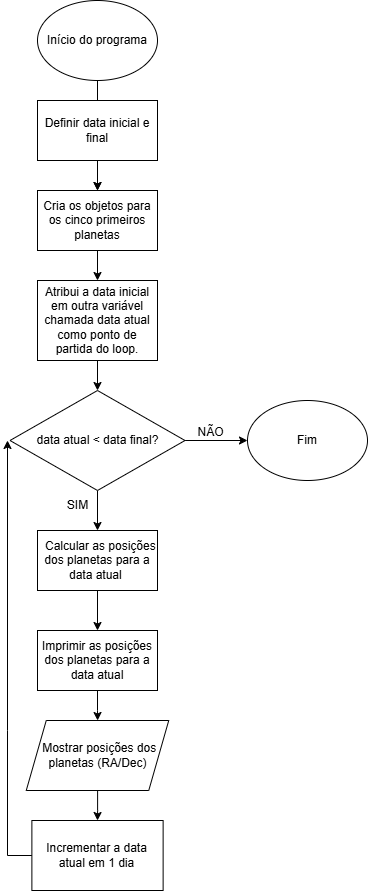
Above: fluxogramas/FLUXOGRAMA (EXERCÍCIO 3).drawio.png in Analima123/AV2 (draw.io), before the change. Source tidied: cells renumbered, new cells last; positions are measured from the earlier drawing's top-left corner, leaving out a move shared by most shapes. Source of this version:
```xml
<mxGraphModel background="#FFFFFF">
  <root>
    <mxCell id="0" />
    <mxCell id="1" parent="0" />
    <mxCell id="2" style="edgeStyle=orthogonalEdgeStyle;rounded=0;jettySize=auto;html=1;" parent="1" edge="1" source="4" target="7">
      <mxGeometry relative="1" as="geometry" />
    </mxCell>
    <mxCell id="3" style="edgeStyle=orthogonalEdgeStyle;rounded=0;jettySize=auto;html=1;" parent="1" edge="1" source="4" target="7">
      <mxGeometry relative="1" as="geometry" />
    </mxCell>
    <mxCell id="4" value="Início do programa" style="ellipse;whiteSpace=wrap;html=1;" parent="1" vertex="1">
      <mxGeometry x="30" width="120" height="80" as="geometry" />
    </mxCell>
    <mxCell id="5" value="Definir data inicial e final" style="rounded=0;whiteSpace=wrap;html=1;" parent="1" vertex="1">
      <mxGeometry x="30" y="100" width="120" height="60" as="geometry" />
    </mxCell>
    <mxCell id="6" style="edgeStyle=orthogonalEdgeStyle;rounded=0;jettySize=auto;html=1;" parent="1" edge="1" source="7" target="9">
      <mxGeometry relative="1" as="geometry" />
    </mxCell>
    <mxCell id="7" value="Cria os objetos para os cinco primeiros planetas" style="rounded=0;whiteSpace=wrap;html=1;" parent="1" vertex="1">
      <mxGeometry x="30" y="190" width="120" height="60" as="geometry" />
    </mxCell>
    <mxCell id="8" style="edgeStyle=orthogonalEdgeStyle;rounded=0;jettySize=auto;html=1;" parent="1" edge="1" source="9" target="12">
      <mxGeometry relative="1" as="geometry" />
    </mxCell>
    <mxCell id="9" value="Atribui a data inicial em outra variável chamada data atual como ponto de partida do loop." style="rounded=0;whiteSpace=wrap;html=1;" parent="1" vertex="1">
      <mxGeometry x="30" y="280" width="120" height="80" as="geometry" />
    </mxCell>
    <mxCell id="10" style="edgeStyle=orthogonalEdgeStyle;rounded=0;jettySize=auto;html=1;" parent="1" edge="1" source="12" target="13">
      <mxGeometry relative="1" as="geometry" />
    </mxCell>
    <mxCell id="11" style="edgeStyle=orthogonalEdgeStyle;rounded=0;jettySize=auto;html=1;" parent="1" edge="1" source="12" target="16">
      <mxGeometry relative="1" as="geometry" />
    </mxCell>
    <mxCell id="12" value="data atual &amp;lt; data final?" style="rhombus;whiteSpace=wrap;html=1;" parent="1" vertex="1">
      <mxGeometry x="2.5" y="390" width="175" height="100" as="geometry" />
    </mxCell>
    <mxCell id="13" value="Fim" style="ellipse;whiteSpace=wrap;html=1;" parent="1" vertex="1">
      <mxGeometry x="240" y="400" width="120" height="80" as="geometry" />
    </mxCell>
    <mxCell id="14" value="NÃO" style="text;html=1;align=center;verticalAlign=middle;strokeColor=none;fillColor=none;" parent="1" vertex="1">
      <mxGeometry x="177.5" y="417" width="50" height="30" as="geometry" />
    </mxCell>
    <mxCell id="15" style="edgeStyle=orthogonalEdgeStyle;rounded=0;jettySize=auto;html=1;" parent="1" edge="1" source="16" target="20">
      <mxGeometry relative="1" as="geometry" />
    </mxCell>
    <mxCell id="16" value="&lt;p&gt;&amp;nbsp; Calcular as posições dos planetas para a data atual&amp;nbsp;&lt;/p&gt;" style="whiteSpace=wrap;html=1;" parent="1" vertex="1">
      <mxGeometry x="30" y="530" width="120" height="60" as="geometry" />
    </mxCell>
    <mxCell id="17" style="edgeStyle=orthogonalEdgeStyle;rounded=0;jettySize=auto;html=1;" parent="1" edge="1" source="18" target="21">
      <mxGeometry relative="1" as="geometry" />
    </mxCell>
    <mxCell id="18" value="&lt;p&gt;&amp;nbsp;Mostrar posições dos planetas (RA/Dec)&lt;/p&gt;" style="shape=parallelogram;perimeter=parallelogramPerimeter;whiteSpace=wrap;html=1;fixedSize=1;" parent="1" vertex="1">
      <mxGeometry x="18.8" y="720" width="142.5" height="70" as="geometry" />
    </mxCell>
    <mxCell id="19" style="edgeStyle=orthogonalEdgeStyle;rounded=0;jettySize=auto;html=1;" parent="1" edge="1" source="20" target="18">
      <mxGeometry relative="1" as="geometry" />
    </mxCell>
    <mxCell id="20" value="&lt;p&gt;Imprimir as posições dos planetas para a data atual&lt;/p&gt;" style="whiteSpace=wrap;html=1;" parent="1" vertex="1">
      <mxGeometry x="30" y="630" width="120" height="60" as="geometry" />
    </mxCell>
    <mxCell id="21" value="&lt;p&gt;Incrementar a data atual&amp;nbsp;em 1 dia&lt;/p&gt;" style="whiteSpace=wrap;html=1;" parent="1" vertex="1">
      <mxGeometry x="24.4" y="820" width="131.2" height="70" as="geometry" />
    </mxCell>
    <mxCell id="22" style="endArrow=classic;html=1;rounded=0;exitX=0;exitY=0.5;exitDx=0;exitDy=0;" parent="1" edge="1" source="21">
      <mxGeometry relative="1" as="geometry">
        <mxPoint y="440" as="targetPoint" />
        <Array as="points">
          <mxPoint y="855" />
          <mxPoint y="730" />
        </Array>
      </mxGeometry>
    </mxCell>
    <mxCell id="23" value="SIM" style="text;html=1;align=center;verticalAlign=middle;strokeColor=none;fillColor=none;" parent="1" vertex="1">
      <mxGeometry x="50" y="490" width="40" height="30" as="geometry" />
    </mxCell>
  </root>
</mxGraphModel>
```
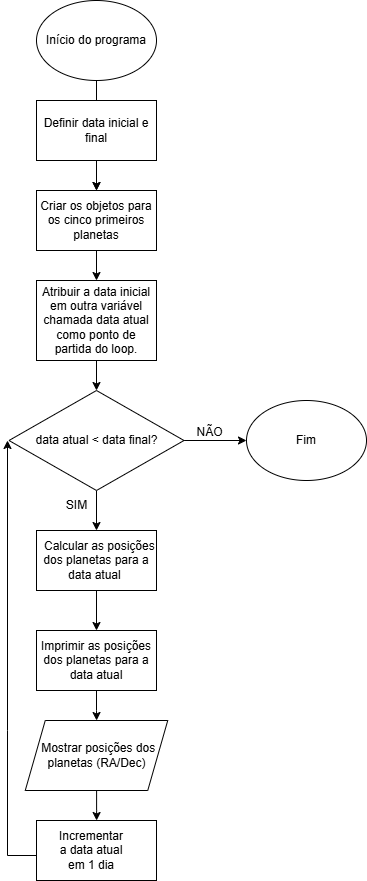
Above is the later version.

Commit message:
ADICIONANDO OS FLUXOGRAMAS EM PASTAS

What changed in the source:
```diff
@@ -2,30 +2,33 @@
   <root>
     <mxCell id="0" />
     <mxCell id="1" parent="0" />
-    <mxCell id="2" style="edgeStyle=orthogonalEdgeStyle;rounded=0;jettySize=auto;html=1;" parent="1" edge="1" source="4" target="7">
-      <mxGeometry relative="1" as="geometry" />
-    </mxCell>
-    <mxCell id="3" style="edgeStyle=orthogonalEdgeStyle;rounded=0;jettySize=auto;html=1;" parent="1" edge="1" source="4" target="7">
-      <mxGeometry relative="1" as="geometry" />
-    </mxCell>
+    <mxCell id="24" value="&lt;p&gt;&lt;span style=&quot;color: rgba(0, 0, 0, 0); font-family: monospace; font-size: 0px; text-align: start; text-wrap-mode: nowrap;&quot;&gt;%3CmxGraphModel%3E%3Croot%3E%3CmxCell%20id%3D%220%22%2F%3E%3CmxCell%20id%3D%221%22%20parent%3D%220%22%2F%3E%3CmxCell%20id%3D%222%22%20value%3D%22%26lt%3Bspan%20style%3D%26quot%3Bcolor%3A%20rgb(0%2C%200%2C%200)%3B%20font-family%3A%20Helvetica%3B%20font-size%3A%2012px%3B%20font-style%3A%20normal%3B%20font-variant-ligatures%3A%20normal%3B%20font-variant-caps%3A%20normal%3B%20font-weight%3A%20400%3B%20letter-spacing%3A%20normal%3B%20orphans%3A%202%3B%20text-align%3A%20center%3B%20text-indent%3A%200px%3B%20text-transform%3A%20none%3B%20widows%3A%202%3B%20word-spacing%3A%200px%3B%20-webkit-text-stroke-width%3A%200px%3B%20white-space%3A%20normal%3B%20background-color%3A%20rgb(236%2C%20236%2C%20236)%3B%20text-decoration-thickness%3A%20initial%3B%20text-decoration-style%3A%20initial%3B%20text-decoration-color%3A%20initial%3B%20display%3A%20inline%20!important%3B%20float%3A%20none%3B%26quot%3B%26gt%3BIncrementar%20a%20data%20atual%26amp%3Bnbsp%3Bem%201%20dia%26lt%3B%2Fspan%26gt%3B%22%20style%3D%22text%3BwhiteSpace%3Dwrap%3Bhtml%3D1%3B%22%20vertex%3D%221%22%20parent%3D%221%22%3E%3CmxGeometry%20x%3D%22360%22%20y%3D%22850%22%20width%3D%22210%22%20height%3D%2240%22%20as%3D%22geometry%22%2F%3E%3C%2FmxCell%3E%3C%2Froot%3E%3C%2FmxGraphModel%3E&lt;/span&gt;&lt;span style=&quot;color: rgba(0, 0, 0, 0); font-family: monospace; font-size: 0px; text-align: start; text-wrap-mode: nowrap; background-color: transparent;&quot;&gt;%3CmxGraphModel%3E%3Croot%3E%3CmxCell%20id%3D%220%22%2F%3E%3CmxCell%20id%3D%221%22%20parent%3D%220%22%2F%3E%3CmxCell%20id%3D%222%22%20value%3D%22%26lt%3Bspan%20style%3D%26quot%3Bcolor%3A%20rgb(0%2C%200%2C%200)%3B%20font-family%3A%20Helvetica%3B%20font-size%3A%2012px%3B%20font-style%3A%20normal%3B%20font-variant-ligatures%3A%20normal%3B%20font-variant-caps%3A%20normal%3B%20font-weight%3A%20400%3B%20letter-spacing%3A%20normal%3B%20orphans%3A%202%3B%20text-align%3A%20center%3B%20text-indent%3A%200px%3B%20text-transform%3A%20none%3B%20widows%3A%202%3B%20word-spacing%3A%200px%3B%20-webkit-text-stroke-width%3A%200px%3B%20white-space%3A%20normal%3B%20background-color%3A%20rgb(236%2C%20236%2C%20236)%3B%20text-decoration-thickness%3A%20initial%3B%20text-decoration-style%3A%20initial%3B%20text-decoration-color%3A%20initial%3B%20display%3A%20inline%20!important%3B%20float%3A%20none%3B%26quot%3B%26gt%3BIncrementar%20a%20data%20atual%26amp%3Bnbsp%3Bem%201%20dia%26lt%3B%2Fspan%26gt%3B%22%20style%3D%22text%3BwhiteSpace%3Dwrap%3Bhtml%3D1%3B%22%20vertex%3D%221%22%20parent%3D%221%22%3E%3CmxGeometry%20x%3D%22360%22%20y%3D%22850%22%20width%3D%22210%22%20height%3D%2240%22%20as%3D%22geometry%22%2F%3E%3C%2FmxCell%3E%3C%2Froot%3E%3C%2FmxGraphModel%3E&lt;/span&gt;&lt;/p&gt;" style="whiteSpace=wrap;html=1;" parent="1" vertex="1">
+      <mxGeometry x="30" y="820" width="120" height="60" as="geometry" />
+    </mxCell>
+    <mxCell id="25" style="edgeStyle=orthogonalEdgeStyle;rounded=0;jettySize=auto;html=1;" parent="1" edge="1" source="4" target="28">
+      <mxGeometry relative="1" as="geometry" />
+    </mxCell>
+    <mxCell id="26" style="edgeStyle=orthogonalEdgeStyle;rounded=0;jettySize=auto;html=1;" parent="1" edge="1" source="4" target="28">
+      <mxGeometry relative="1" as="geometry" />
+    </mxCell>
     <mxCell id="4" value="Início do programa" style="ellipse;whiteSpace=wrap;html=1;" parent="1" vertex="1">
       <mxGeometry x="30" width="120" height="80" as="geometry" />
     </mxCell>
     <mxCell id="5" value="Definir data inicial e final" style="rounded=0;whiteSpace=wrap;html=1;" parent="1" vertex="1">
       <mxGeometry x="30" y="100" width="120" height="60" as="geometry" />
     </mxCell>
-    <mxCell id="6" style="edgeStyle=orthogonalEdgeStyle;rounded=0;jettySize=auto;html=1;" parent="1" edge="1" source="7" target="9">
-      <mxGeometry relative="1" as="geometry" />
-    </mxCell>
-    <mxCell id="7" value="Cria os objetos para os cinco primeiros planetas" style="rounded=0;whiteSpace=wrap;html=1;" parent="1" vertex="1">
-      <mxGeometry x="30" y="190" width="120" height="60" as="geometry" />
-    </mxCell>
-    <mxCell id="8" style="edgeStyle=orthogonalEdgeStyle;rounded=0;jettySize=auto;html=1;" parent="1" edge="1" source="9" target="12">
-      <mxGeometry relative="1" as="geometry" />
-    </mxCell>
-    <mxCell id="9" value="Atribui a data inicial em outra variável chamada data atual como ponto de partida do loop." style="rounded=0;whiteSpace=wrap;html=1;" parent="1" vertex="1">
-      <mxGeometry x="30" y="280" width="120" height="80" as="geometry" />
-    </mxCell>
+    <mxCell id="27" style="edgeStyle=orthogonalEdgeStyle;rounded=0;jettySize=auto;html=1;" parent="1" edge="1" source="28" target="30">
+      <mxGeometry relative="1" as="geometry" />
+    </mxCell>
+    <mxCell id="28" value="Criar os objetos para os cinco primeiros planetas" style="rounded=0;whiteSpace=wrap;html=1;" parent="1" vertex="1">
+      <mxGeometry x="30" y="190" width="120" height="60" as="geometry" />
+    </mxCell>
+    <mxCell id="29" style="edgeStyle=orthogonalEdgeStyle;rounded=0;jettySize=auto;html=1;" parent="1" edge="1" source="30" target="12">
+      <mxGeometry relative="1" as="geometry" />
+    </mxCell>
+    <mxCell id="30" value="Atribuir a data inicial em outra variável chamada data atual como ponto de partida do loop." style="rounded=0;whiteSpace=wrap;html=1;" parent="1" vertex="1">
+      <mxGeometry x="30" y="280" width="120" height="80" as="geometry" />
+    </mxCell>
     <mxCell id="10" style="edgeStyle=orthogonalEdgeStyle;rounded=0;jettySize=auto;html=1;" parent="1" edge="1" source="12" target="13">
       <mxGeometry relative="1" as="geometry" />
     </mxCell>
@@ -47,9 +50,11 @@
     <mxCell id="16" value="&lt;p&gt;&amp;nbsp; Calcular as posições dos planetas para a data atual&amp;nbsp;&lt;/p&gt;" style="whiteSpace=wrap;html=1;" parent="1" vertex="1">
       <mxGeometry x="30" y="530" width="120" height="60" as="geometry" />
     </mxCell>
-    <mxCell id="17" style="edgeStyle=orthogonalEdgeStyle;rounded=0;jettySize=auto;html=1;" parent="1" edge="1" source="18" target="21">
-      <mxGeometry relative="1" as="geometry" />
-    </mxCell>
+    <mxCell id="31" style="edgeStyle=orthogonalEdgeStyle;rounded=0;jettySize=auto;html=1;" parent="1" edge="1" source="18">
+      <mxGeometry relative="1" as="geometry">
+        <mxPoint x="90.1" y="820" as="targetPoint" />
+      </mxGeometry>
+    </mxCell>
     <mxCell id="18" value="&lt;p&gt;&amp;nbsp;Mostrar posições dos planetas (RA/Dec)&lt;/p&gt;" style="shape=parallelogram;perimeter=parallelogramPerimeter;whiteSpace=wrap;html=1;fixedSize=1;" parent="1" vertex="1">
       <mxGeometry x="18.8" y="720" width="142.5" height="70" as="geometry" />
     </mxCell>
@@ -59,20 +64,21 @@
     <mxCell id="20" value="&lt;p&gt;Imprimir as posições dos planetas para a data atual&lt;/p&gt;" style="whiteSpace=wrap;html=1;" parent="1" vertex="1">
       <mxGeometry x="30" y="630" width="120" height="60" as="geometry" />
     </mxCell>
+    <mxCell id="32" style="endArrow=classic;html=1;rounded=0;" parent="1" edge="1">
+      <mxGeometry relative="1" as="geometry">
+        <mxPoint x="30" y="855" as="sourcePoint" />
+        <mxPoint x="1" y="440" as="targetPoint" />
+        <Array as="points">
+          <mxPoint x="1" y="855" />
+          <mxPoint x="1" y="730" />
+        </Array>
+      </mxGeometry>
+    </mxCell>
+    <mxCell id="23" value="SIM" style="text;html=1;align=center;verticalAlign=middle;strokeColor=none;fillColor=none;" parent="1" vertex="1">
+      <mxGeometry x="50" y="490" width="40" height="30" as="geometry" />
+    </mxCell>
-    <mxCell id="21" value="&lt;p&gt;Incrementar a data atual&amp;nbsp;em 1 dia&lt;/p&gt;" style="whiteSpace=wrap;html=1;" parent="1" vertex="1">
-      <mxGeometry x="24.4" y="820" width="131.2" height="70" as="geometry" />
+    <mxCell id="21" value="Incrementar a data atual em 1 dia" style="text;html=1;align=center;verticalAlign=middle;whiteSpace=wrap;rounded=0;" parent="1" vertex="1">
+      <mxGeometry x="55" y="835" width="60" height="30" as="geometry" />
     </mxCell>
-    <mxCell id="22" style="endArrow=classic;html=1;rounded=0;exitX=0;exitY=0.5;exitDx=0;exitDy=0;" parent="1" edge="1" source="21">
-      <mxGeometry relative="1" as="geometry">
-        <mxPoint y="440" as="targetPoint" />
-        <Array as="points">
-          <mxPoint y="855" />
-          <mxPoint y="730" />
-        </Array>
-      </mxGeometry>
-    </mxCell>
-    <mxCell id="23" value="SIM" style="text;html=1;align=center;verticalAlign=middle;strokeColor=none;fillColor=none;" parent="1" vertex="1">
-      <mxGeometry x="50" y="490" width="40" height="30" as="geometry" />
-    </mxCell>
   </root>
 </mxGraphModel>
```
